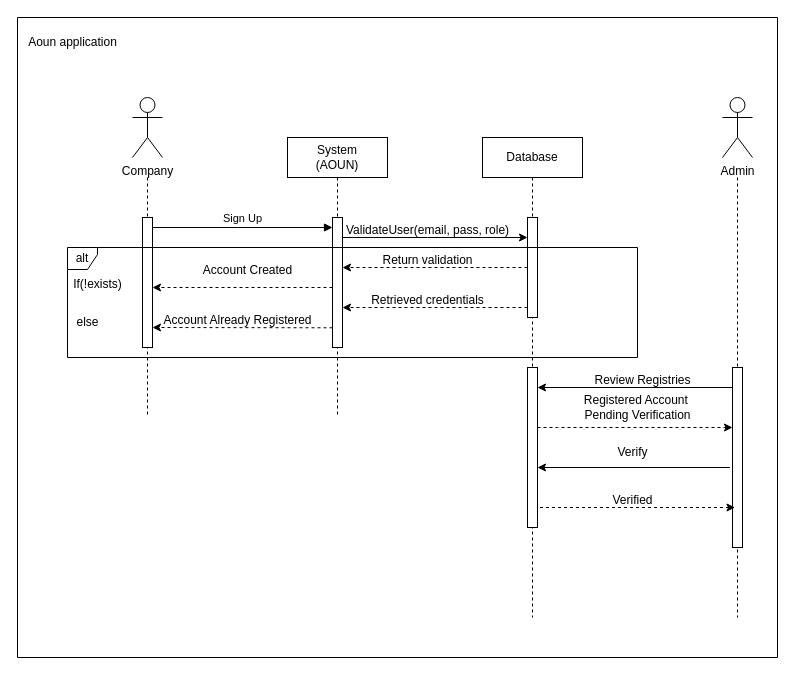
This is Diagrams/RegistrationSequenceDiagram.drawio from saleh300/GP1-report, a draw.io file, before an edit. Source tidied: cells renumbered, new cells numbered last; positions are measured from the earlier drawing's top-left corner, leaving out a move shared by most shapes. Both pictures are drawn from the tidied source at 100%, with x=0, y=0 at pixel (17, 17).
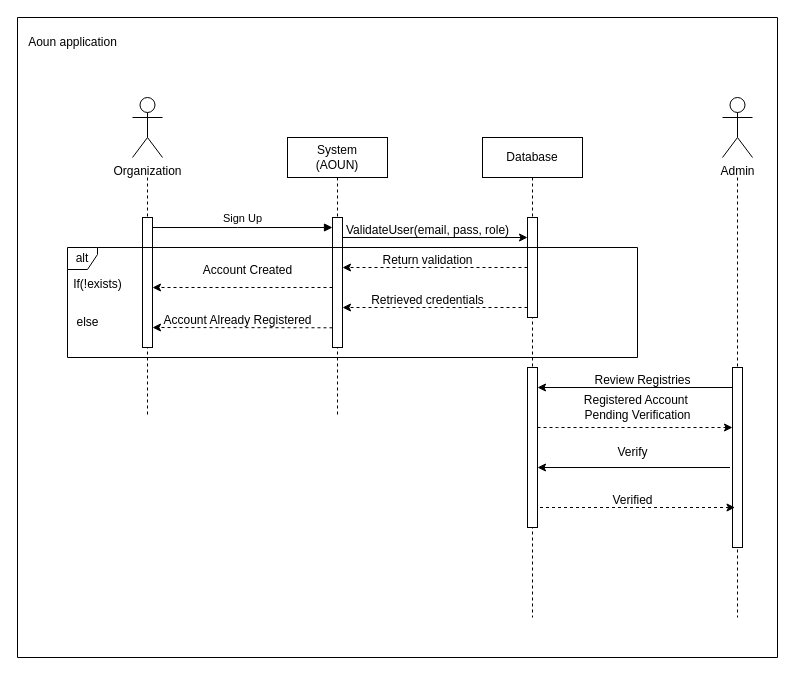
After the change.

The edit, as a diff of the source:
```diff
@@
-    <mxCell id="19" value="Company" style="shape=umlActor;verticalLabelPosition=bottom;verticalAlign=top;html=1;" parent="1" vertex="1">
+    <mxCell id="19" value="Organization" style="shape=umlActor;verticalLabelPosition=bottom;verticalAlign=top;html=1;" parent="1" vertex="1">
       <mxGeometry x="115" y="80" width="30" height="60" as="geometry" />
     </mxCell>
```
